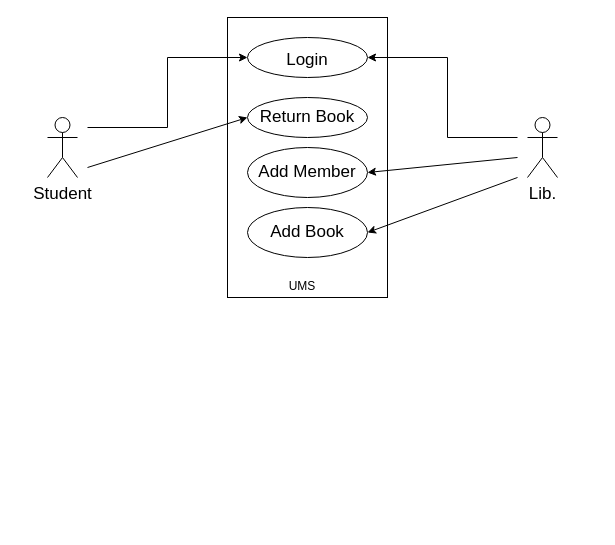
This is Untitled Diagram.drawio from amitku2003/Blogify_amit, a draw.io file, before an edit. Source tidied: cells renumbered, new cells numbered last; positions are measured from the earlier drawing's top-left corner, leaving out a move shared by most shapes. Both pictures are drawn from the tidied source at 100%, with x=0, y=0 at pixel (47, 17).
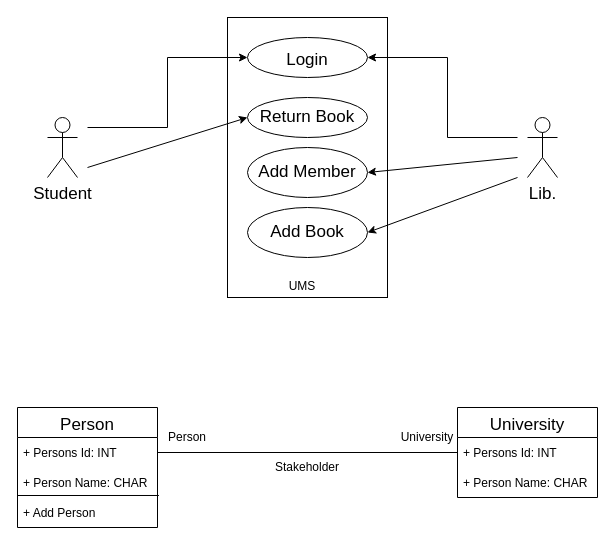
The same page after the edit.

The edit, as a diff of the source:
```diff
@@
+    <mxCell id="15" value="Person" style="swimlane;fontStyle=0;horizontal=1;startSize=30;fontSize=17;" parent="1" vertex="1">
+      <mxGeometry x="-30" y="390" width="140" height="120" as="geometry" />
+    </mxCell>
+    <mxCell id="16" value="+ Persons Id: INT" style="text;strokeColor=none;fillColor=none;align=left;verticalAlign=middle;spacingLeft=4;spacingRight=4;overflow=hidden;points=[[0,0.5],[1,0.5]];portConstraint=eastwest;fontSize=12;" parent="15" vertex="1">
+      <mxGeometry y="30" width="140" height="30" as="geometry" />
+    </mxCell>
+    <mxCell id="17" value="+ Person Name: CHAR" style="text;strokeColor=none;fillColor=none;align=left;verticalAlign=middle;spacingLeft=4;spacingRight=4;overflow=hidden;fontSize=12;" parent="15" vertex="1">
+      <mxGeometry y="60" width="140" height="30" as="geometry" />
+    </mxCell>
+    <mxCell id="18" value="+ Add Person" style="text;strokeColor=none;fillColor=none;align=left;verticalAlign=middle;spacingLeft=4;spacingRight=4;overflow=hidden;points=[[0,0.5],[1,0.5]];portConstraint=eastwest;fontSize=12;" parent="15" vertex="1">
+      <mxGeometry y="90" width="140" height="30" as="geometry" />
+    </mxCell>
+    <mxCell id="19" style="endArrow=none;html=1;rounded=0;fontSize=12;entryX=1.01;entryY=-0.067;entryDx=0;entryDy=0;entryPerimeter=0;" parent="15" edge="1" target="18">
+      <mxGeometry relative="1" as="geometry">
+        <mxPoint y="88" as="sourcePoint" />
+      </mxGeometry>
+    </mxCell>
+    <mxCell id="20" value="University" style="swimlane;fontStyle=0;horizontal=1;startSize=30;fontSize=17;" parent="1" vertex="1">
+      <mxGeometry x="410" y="390" width="140" height="90" as="geometry" />
+    </mxCell>
+    <mxCell id="21" value="+ Persons Id: INT" style="text;strokeColor=none;fillColor=none;align=left;verticalAlign=middle;spacingLeft=4;spacingRight=4;overflow=hidden;points=[[0,0.5],[1,0.5]];portConstraint=eastwest;fontSize=12;" parent="20" vertex="1">
+      <mxGeometry y="30" width="140" height="30" as="geometry" />
+    </mxCell>
+    <mxCell id="22" value="+ Person Name: CHAR" style="text;strokeColor=none;fillColor=none;align=left;verticalAlign=middle;spacingLeft=4;spacingRight=4;overflow=hidden;fontSize=12;" parent="20" vertex="1">
+      <mxGeometry y="60" width="140" height="30" as="geometry" />
+    </mxCell>
+    <mxCell id="23" style="endArrow=none;html=1;rounded=0;fontSize=12;exitX=1;exitY=0.5;exitDx=0;exitDy=0;entryX=0;entryY=0.5;entryDx=0;entryDy=0;" parent="1" edge="1" source="16" target="21">
+      <mxGeometry relative="1" as="geometry" />
+    </mxCell>
+    <mxCell id="24" value="Person" style="text;html=1;strokeColor=none;fillColor=none;align=center;verticalAlign=middle;whiteSpace=wrap;rounded=0;fontSize=12;" parent="1" vertex="1">
+      <mxGeometry x="110" y="410" width="60" height="20" as="geometry" />
+    </mxCell>
+    <mxCell id="25" value="University" style="text;html=1;strokeColor=none;fillColor=none;align=center;verticalAlign=middle;whiteSpace=wrap;rounded=0;fontSize=12;" parent="1" vertex="1">
+      <mxGeometry x="350" y="410" width="60" height="20" as="geometry" />
+    </mxCell>
+    <mxCell id="26" value="Stakeholder" style="text;html=1;strokeColor=none;fillColor=none;align=center;verticalAlign=middle;whiteSpace=wrap;rounded=0;fontSize=12;" parent="1" vertex="1">
+      <mxGeometry x="230" y="440" width="60" height="20" as="geometry" />
+    </mxCell>
```
